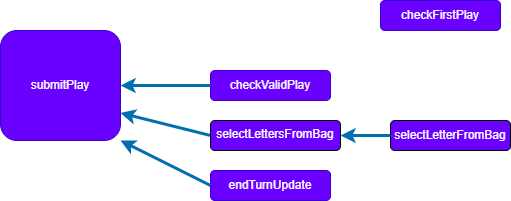
This is function_flow.dio.png from wnfaulkner/2023-10-05-project-1-scrabble-game, a draw.io export, as it was before one commit. Source tidied: cells renumbered, new cells last; positions are measured from the earlier drawing's top-left corner, leaving out a move shared by most shapes.
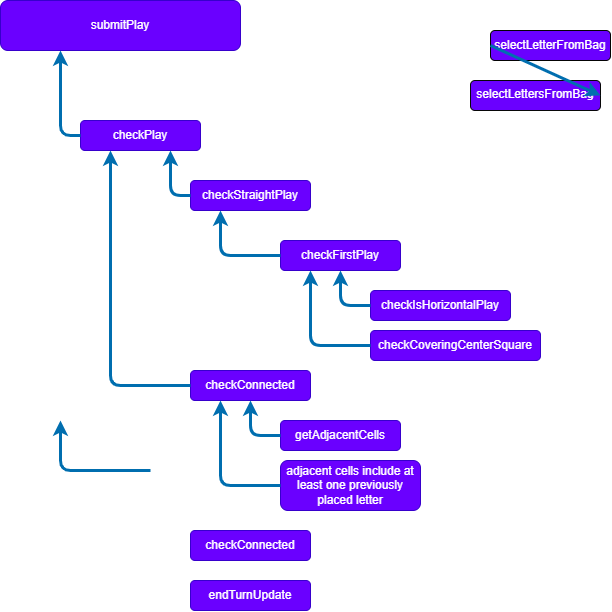
Above is the later version.

Change to the diagram source:
```diff
@@ -2,35 +2,77 @@
   <root>
     <mxCell id="0" />
     <mxCell id="1" parent="0" />
-    <mxCell id="2" style="edgeStyle=none;html=1;exitX=0;exitY=0.5;exitDx=0;exitDy=0;entryX=1;entryY=0.75;entryDx=0;entryDy=0;fillColor=#1ba1e2;strokeColor=#006EAF;strokeWidth=3;" parent="1" edge="1" source="3" target="5">
-      <mxGeometry relative="1" as="geometry" />
-    </mxCell>
     <mxCell id="3" value="selectLettersFromBag" style="rounded=1;whiteSpace=wrap;html=1;fillColor=#6a00ff;fontColor=#ffffff;strokeColor=#070708;verticalAlign=top;" parent="1" vertex="1">
-      <mxGeometry x="210" y="120" width="130" height="30" as="geometry" />
+      <mxGeometry x="360" y="30" width="130" height="30" as="geometry" />
     </mxCell>
     <mxCell id="4" value="selectLetterFromBag" style="rounded=1;whiteSpace=wrap;html=1;fillColor=#6a00ff;fontColor=#ffffff;strokeColor=#030303;" parent="1" vertex="1">
-      <mxGeometry x="390" y="120" width="120" height="30" as="geometry" />
+      <mxGeometry x="380" y="-20" width="120" height="30" as="geometry" />
     </mxCell>
     <mxCell id="5" value="submitPlay" style="rounded=1;whiteSpace=wrap;html=1;fillColor=#6a00ff;fontColor=#ffffff;strokeColor=#3700CC;" parent="1" vertex="1">
-      <mxGeometry y="30" width="120" height="110" as="geometry" />
+      <mxGeometry x="-110" y="-50" width="240" height="50" as="geometry" />
     </mxCell>
     <mxCell id="6" value="checkFirstPlay" style="rounded=1;whiteSpace=wrap;html=1;fillColor=#6a00ff;fontColor=#ffffff;strokeColor=#3700CC;" parent="1" vertex="1">
-      <mxGeometry x="380" width="120" height="30" as="geometry" />
+      <mxGeometry x="170" y="190" width="120" height="30" as="geometry" />
     </mxCell>
     <mxCell id="7" style="edgeStyle=none;html=1;exitX=0;exitY=0.5;exitDx=0;exitDy=0;entryX=1;entryY=0.5;entryDx=0;entryDy=0;fillColor=#1ba1e2;strokeColor=#006EAF;strokeWidth=3;" parent="1" edge="1" source="4" target="3">
       <mxGeometry relative="1" as="geometry" />
     </mxCell>
-    <mxCell id="8" value="checkValidPlay" style="rounded=1;whiteSpace=wrap;html=1;fillColor=#6a00ff;fontColor=#ffffff;strokeColor=#3700CC;" parent="1" vertex="1">
-      <mxGeometry x="210" y="70" width="120" height="30" as="geometry" />
+    <mxCell id="8" value="checkPlay" style="rounded=1;whiteSpace=wrap;html=1;fillColor=#6a00ff;fontColor=#ffffff;strokeColor=#3700CC;" parent="1" vertex="1">
+      <mxGeometry x="-30" y="70" width="120" height="30" as="geometry" />
     </mxCell>
-    <mxCell id="9" style="edgeStyle=none;html=1;exitX=0;exitY=0.5;exitDx=0;exitDy=0;entryX=1;entryY=0.5;entryDx=0;entryDy=0;fillColor=#1ba1e2;strokeColor=#006EAF;strokeWidth=3;" parent="1" edge="1" source="8" target="5">
+    <mxCell id="9" style="edgeStyle=orthogonalEdgeStyle;html=1;exitX=0;exitY=0.5;exitDx=0;exitDy=0;entryX=0.25;entryY=1;entryDx=0;entryDy=0;fillColor=#1ba1e2;strokeColor=#006EAF;strokeWidth=3;" parent="1" edge="1" source="8" target="5">
       <mxGeometry relative="1" as="geometry" />
     </mxCell>
     <mxCell id="10" value="endTurnUpdate" style="rounded=1;whiteSpace=wrap;html=1;fillColor=#6a00ff;fontColor=#ffffff;strokeColor=#3700CC;" parent="1" vertex="1">
-      <mxGeometry x="210" y="170" width="120" height="30" as="geometry" />
+      <mxGeometry x="80" y="530" width="120" height="30" as="geometry" />
     </mxCell>
-    <mxCell id="11" style="edgeStyle=none;html=1;exitX=0;exitY=0.5;exitDx=0;exitDy=0;entryX=1;entryY=1;entryDx=0;entryDy=0;fillColor=#1ba1e2;strokeColor=#006EAF;strokeWidth=3;" parent="1" edge="1" source="10" target="5">
+    <mxCell id="11" style="edgeStyle=orthogonalEdgeStyle;html=1;exitX=0;exitY=0.5;exitDx=0;exitDy=0;entryX=0.25;entryY=1;entryDx=0;entryDy=0;fillColor=#1ba1e2;strokeColor=#006EAF;strokeWidth=3;" parent="1" edge="1" source="6" target="12">
       <mxGeometry relative="1" as="geometry" />
     </mxCell>
+    <mxCell id="12" value="checkStraightPlay" style="rounded=1;whiteSpace=wrap;html=1;fillColor=#6a00ff;fontColor=#ffffff;strokeColor=#3700CC;" parent="1" vertex="1">
+      <mxGeometry x="80" y="130" width="120" height="30" as="geometry" />
+    </mxCell>
+    <mxCell id="13" value="checkIsHorizontalPlay" style="rounded=1;whiteSpace=wrap;html=1;fillColor=#6a00ff;fontColor=#ffffff;strokeColor=#3700CC;" parent="1" vertex="1">
+      <mxGeometry x="260" y="240" width="140" height="30" as="geometry" />
+    </mxCell>
+    <mxCell id="14" style="edgeStyle=orthogonalEdgeStyle;html=1;exitX=0;exitY=0.5;exitDx=0;exitDy=0;entryX=0.5;entryY=1;entryDx=0;entryDy=0;fillColor=#1ba1e2;strokeColor=#006EAF;strokeWidth=3;" parent="1" edge="1" source="13" target="6">
+      <mxGeometry relative="1" as="geometry" />
+    </mxCell>
+    <mxCell id="15" style="edgeStyle=orthogonalEdgeStyle;html=1;exitX=0;exitY=0.5;exitDx=0;exitDy=0;entryX=0.75;entryY=1;entryDx=0;entryDy=0;fillColor=#1ba1e2;strokeColor=#006EAF;strokeWidth=3;" parent="1" edge="1" source="12" target="8">
+      <mxGeometry relative="1" as="geometry" />
+    </mxCell>
+    <mxCell id="16" value="checkCoveringCenterSquare" style="rounded=1;whiteSpace=wrap;html=1;fillColor=#6a00ff;fontColor=#ffffff;strokeColor=#3700CC;" parent="1" vertex="1">
+      <mxGeometry x="260" y="280" width="170" height="30" as="geometry" />
+    </mxCell>
+    <mxCell id="17" style="edgeStyle=orthogonalEdgeStyle;html=1;exitX=0;exitY=0.5;exitDx=0;exitDy=0;entryX=0.25;entryY=1;entryDx=0;entryDy=0;fillColor=#1ba1e2;strokeColor=#006EAF;strokeWidth=3;" parent="1" edge="1" source="16" target="6">
+      <mxGeometry relative="1" as="geometry" />
+    </mxCell>
+    <mxCell id="18" value="checkConnected" style="rounded=1;whiteSpace=wrap;html=1;fillColor=#6a00ff;fontColor=#ffffff;strokeColor=#3700CC;" parent="1" vertex="1">
+      <mxGeometry x="80" y="320" width="120" height="30" as="geometry" />
+    </mxCell>
+    <mxCell id="19" style="edgeStyle=orthogonalEdgeStyle;html=1;exitX=0;exitY=0.5;exitDx=0;exitDy=0;entryX=0.25;entryY=1;entryDx=0;entryDy=0;fillColor=#1ba1e2;strokeColor=#006EAF;strokeWidth=3;" parent="1" edge="1" source="18" target="8">
+      <mxGeometry relative="1" as="geometry" />
+    </mxCell>
+    <mxCell id="20" style="edgeStyle=orthogonalEdgeStyle;html=1;fillColor=#1ba1e2;strokeColor=#006EAF;strokeWidth=3;" parent="1" edge="1">
+      <mxGeometry relative="1" as="geometry">
+        <mxPoint x="40" y="420" as="sourcePoint" />
+        <mxPoint x="-50" y="370" as="targetPoint" />
+      </mxGeometry>
+    </mxCell>
+    <mxCell id="21" value="getAdjacentCells" style="rounded=1;whiteSpace=wrap;html=1;fillColor=#6a00ff;fontColor=#ffffff;strokeColor=#3700CC;" parent="1" vertex="1">
+      <mxGeometry x="170" y="370" width="120" height="30" as="geometry" />
+    </mxCell>
+    <mxCell id="22" style="edgeStyle=orthogonalEdgeStyle;html=1;exitX=0;exitY=0.5;exitDx=0;exitDy=0;entryX=0.5;entryY=1;entryDx=0;entryDy=0;fillColor=#1ba1e2;strokeColor=#006EAF;strokeWidth=3;" parent="1" edge="1" source="21" target="18">
+      <mxGeometry relative="1" as="geometry" />
+    </mxCell>
+    <mxCell id="23" value="checkConnected" style="rounded=1;whiteSpace=wrap;html=1;fillColor=#6a00ff;fontColor=#ffffff;strokeColor=#3700CC;" parent="1" vertex="1">
+      <mxGeometry x="80" y="480" width="120" height="30" as="geometry" />
+    </mxCell>
+    <mxCell id="24" value="adjacent cells include at least one previously placed letter" style="rounded=1;whiteSpace=wrap;html=1;fillColor=#6a00ff;fontColor=#ffffff;strokeColor=#3700CC;" parent="1" vertex="1">
+      <mxGeometry x="170" y="410" width="140" height="50" as="geometry" />
+    </mxCell>
+    <mxCell id="25" style="edgeStyle=orthogonalEdgeStyle;html=1;fillColor=#1ba1e2;strokeColor=#006EAF;strokeWidth=3;exitX=0;exitY=0.5;exitDx=0;exitDy=0;entryX=0.25;entryY=1;entryDx=0;entryDy=0;" parent="1" edge="1" source="24" target="18">
+      <mxGeometry relative="1" as="geometry" />
+    </mxCell>
   </root>
 </mxGraphModel>
```
